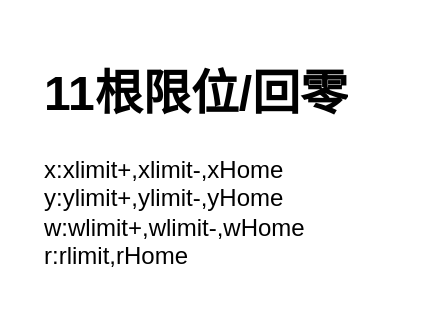
This is 新喷码机部件图.drawio from wjaswdd/draw.io, a draw.io file, before an edit. Source tidied: cells renumbered, new cells numbered last; positions are measured from the earlier drawing's top-left corner, leaving out a move shared by most shapes. Both pictures are drawn from the tidied source at 200%, with x=0, y=0 at pixel (34, 54).
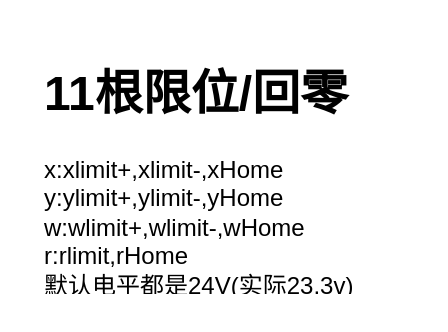
The same page after the edit.

Commit message (it also covers changes not shown here):
更新新喷码机部件图.drawio

Diff of the diagram source:
```diff
@@
 <mxGraphModel>
   <root>
     <mxCell id="0" />
     <mxCell id="1" parent="0" />
-    <mxCell id="2" value="&lt;h1&gt;11根限位/回零&lt;/h1&gt;&lt;div&gt;x:xlimit+,xlimit-,xHome&lt;/div&gt;&lt;div&gt;y:ylimit+,ylimit-,yHome&lt;br&gt;&lt;/div&gt;&lt;div&gt;w:wlimit+,wlimit-,wHome&lt;br&gt;&lt;/div&gt;&lt;div&gt;r:rlimit,rHome&lt;br&gt;&lt;/div&gt;" style="text;html=1;strokeColor=none;fillColor=none;spacing=5;spacingTop=-20;whiteSpace=wrap;overflow=hidden;rounded=0;" parent="1" vertex="1">
+    <mxCell id="2" value="&lt;h1&gt;11根限位/回零&lt;/h1&gt;&lt;div&gt;x:xlimit+,xlimit-,xHome&lt;/div&gt;&lt;div&gt;y:ylimit+,ylimit-,yHome&lt;br&gt;&lt;/div&gt;&lt;div&gt;w:wlimit+,wlimit-,wHome&lt;br&gt;&lt;/div&gt;&lt;div&gt;r:rlimit,rHome&lt;br&gt;&lt;/div&gt;&lt;div&gt;默认电平都是24V(实际23.3v)&lt;/div&gt;" style="text;html=1;strokeColor=none;fillColor=none;spacing=5;spacingTop=-20;whiteSpace=wrap;overflow=hidden;rounded=0;" parent="1" vertex="1">
       <mxGeometry width="190" height="120" as="geometry" />
     </mxCell>
   </root>
 </mxGraphModel>
```
